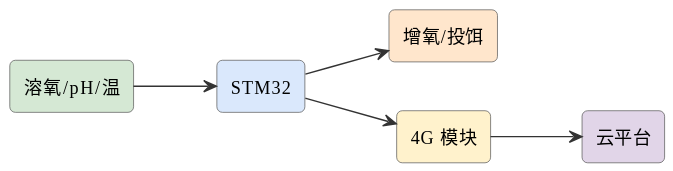
This is assets/diagrams/ideas-fig16.svg from mingyi0818/IntelligentMcuCourse, a PlantUML export, as it was before one commit.
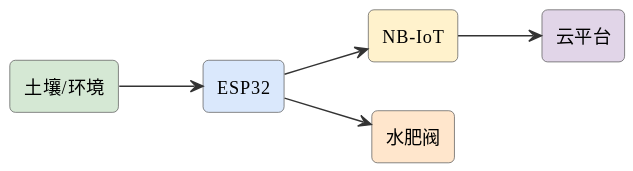
The same diagram one commit later.

The edit, as a diff of the source:
```diff
@@ -6,13 +6,13 @@
 skinparam arrowFontSize 11
 skinparam arrowColor #333
 left to right direction
-rectangle "溶氧/pH/温" as s #d5e8d4
-rectangle "STM32" as stm #dae8fc
-rectangle "增氧/投饵" as pump #ffe6cc
-rectangle "4G 模块" as g #fff2cc
+rectangle "土壤/环境" as s #d5e8d4
+rectangle "ESP32" as esp #dae8fc
+rectangle "NB-IoT" as nb #fff2cc
+rectangle "水肥阀" as valve #ffe6cc
 rectangle "云平台" as cloud #e1d5e8
-s --> stm
-stm --> pump
-stm --> g
-g --> cloud
+s --> esp
+esp --> nb
+esp --> valve
+nb --> cloud
 @enduml
```
